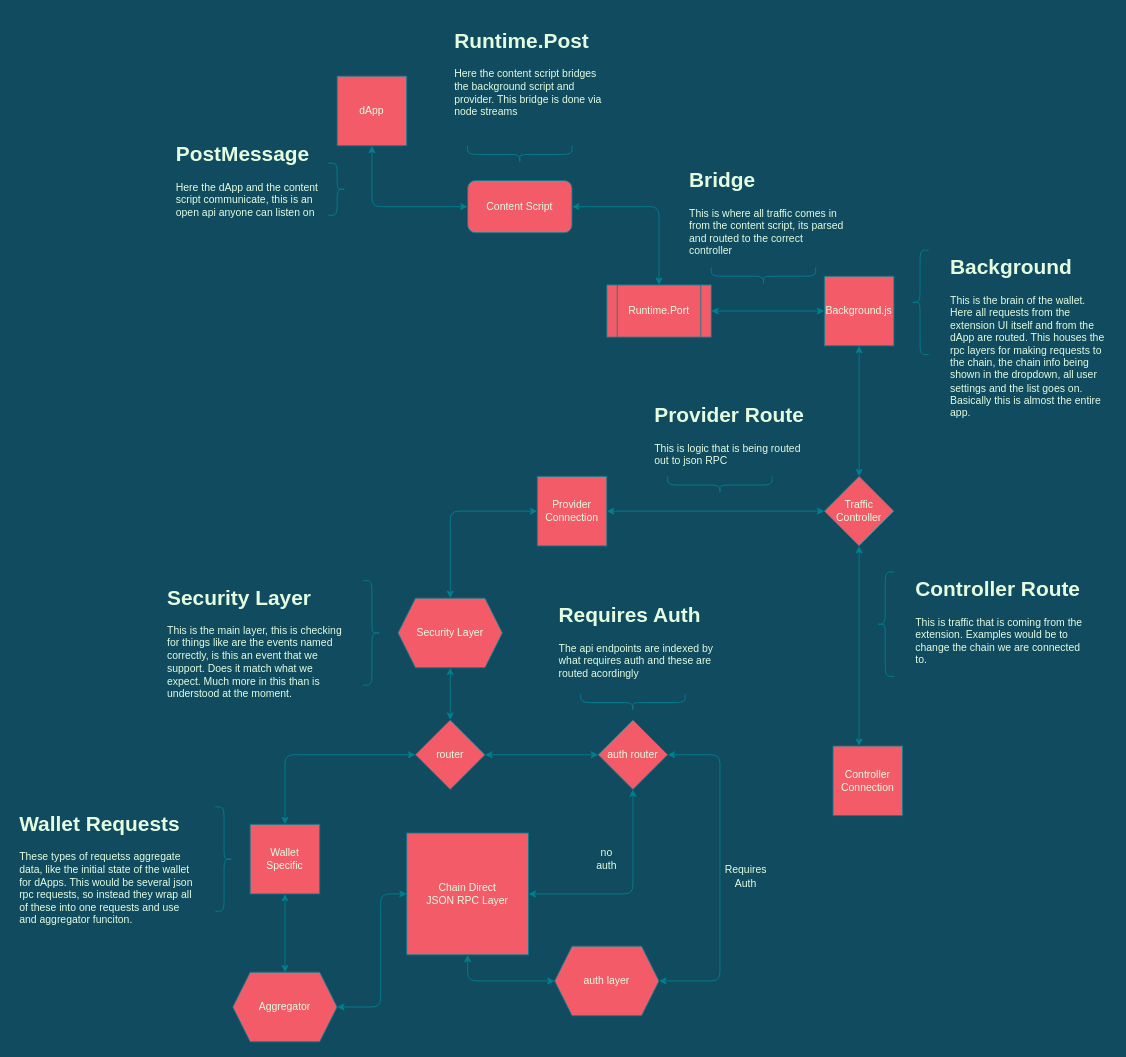
Before: architecture/background-architecture.drawio in ava-labs/core-extension, a draw.io diagram. Source tidied: cells renumbered, new cells numbered last; positions are measured from the earlier drawing's top-left corner, leaving out a move shared by most shapes. Both pictures are drawn from the tidied source at 87%, with x=0, y=0 at pixel (15, 23).
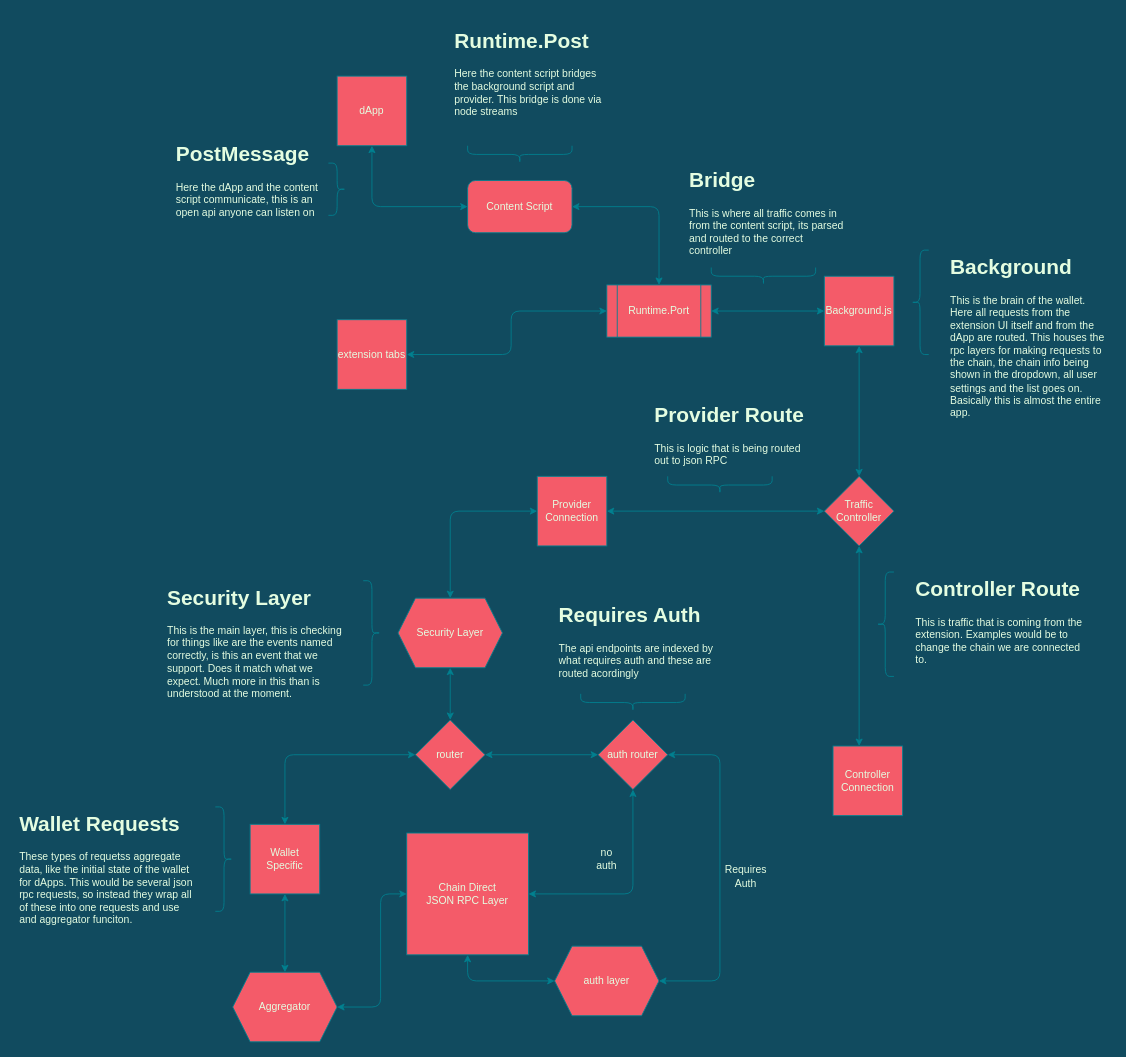
Above is the later version.

What changed in the source:
```diff
@@
+    <mxCell id="51" value="extension tabs" style="whiteSpace=wrap;html=1;fillColor=#F45B69;strokeColor=#028090;fontColor=#E4FDE1;" parent="1" vertex="1">
+      <mxGeometry x="370" y="340" width="80" height="80" as="geometry" />
+    </mxCell>
+    <mxCell id="52" style="endArrow=classic;startArrow=classic;html=1;entryX=1;entryY=0.5;entryDx=0;entryDy=0;exitX=0;exitY=0.5;exitDx=0;exitDy=0;labelBackgroundColor=#114B5F;strokeColor=#028090;fontColor=#E4FDE1;" parent="1" edge="1" target="51">
+      <mxGeometry relative="1" as="geometry">
+        <mxPoint x="680" y="330" as="sourcePoint" />
+        <Array as="points">
+          <mxPoint x="570" y="330" />
+          <mxPoint x="570" y="380" />
+        </Array>
+      </mxGeometry>
+    </mxCell>
```
